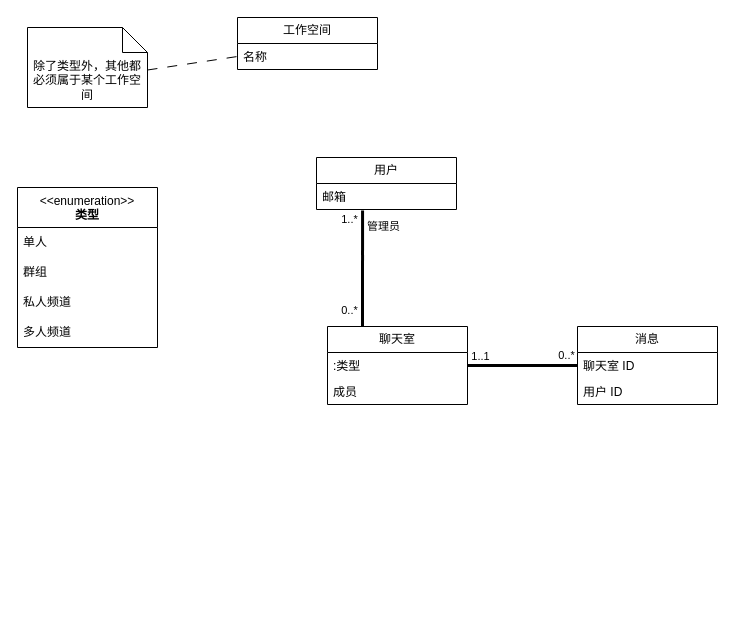
Above: page "聊天室" (1 of 2) of 未命名绘图.drawio in wangxiaochuang/05-chat (draw.io), before the change. Source tidied: cells renumbered, new cells numbered last; positions are measured from the earlier drawing's top-left corner, leaving out a move shared by most shapes. Both pictures are drawn from the tidied source at 100%, with x=0, y=0 at pixel (17, 17).
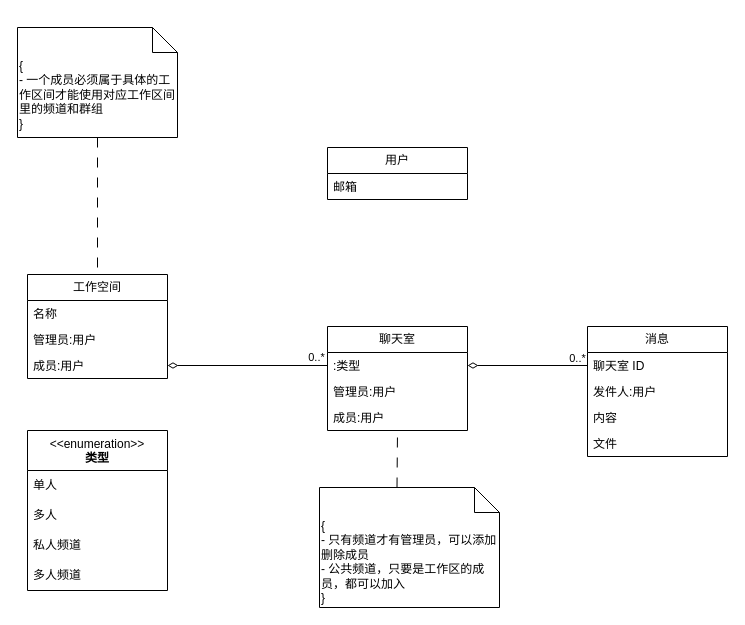
The same diagram, later.

Commit message:
更新未命名绘图.drawio

Unchanged cells that the change refers to:
```xml
<mxCell id="3" value="名称" style="text;strokeColor=none;fillColor=none;align=left;verticalAlign=top;spacingLeft=4;spacingRight=4;overflow=hidden;points=[[0,0.5],[1,0.5]];portConstraint=eastwest;whiteSpace=wrap;html=1;" parent="2" vertex="1">
  <mxGeometry y="26" width="140" height="26" as="geometry" />
</mxCell>
<mxCell id="5" value="邮箱" style="text;strokeColor=none;fillColor=none;align=left;verticalAlign=top;spacingLeft=4;spacingRight=4;overflow=hidden;points=[[0,0.5],[1,0.5]];portConstraint=eastwest;whiteSpace=wrap;html=1;" parent="4" vertex="1">
  <mxGeometry y="26" width="140" height="26" as="geometry" />
</mxCell>
<mxCell id="10" value="聊天室 ID" style="text;strokeColor=none;fillColor=none;align=left;verticalAlign=top;spacingLeft=4;spacingRight=4;overflow=hidden;points=[[0,0.5],[1,0.5]];portConstraint=eastwest;whiteSpace=wrap;html=1;" parent="9" vertex="1">
  <mxGeometry y="26" width="140" height="26" as="geometry" />
</mxCell>
```

What changed in the source:
```diff
@@
-    <mxCell id="2" value="工作空间" style="swimlane;fontStyle=0;horizontal=1;startSize=26;fillColor=none;whiteSpace=wrap;html=1;" parent="1" vertex="1">
-      <mxGeometry x="220" width="140" height="52" as="geometry" />
+    <mxCell id="2" value="工作空间" style="swimlane;fontStyle=0;horizontal=1;startSize=26;fillColor=none;whiteSpace=wrap;html=1;glass=0;" parent="1" vertex="1">
+      <mxGeometry x="10" y="257" width="140" height="104" as="geometry" />
     </mxCell>
@@
+    <mxCell id="26" value="管理员:用户" style="text;strokeColor=none;fillColor=none;align=left;verticalAlign=top;spacingLeft=4;spacingRight=4;overflow=hidden;whiteSpace=wrap;html=1;" parent="2" vertex="1">
+      <mxGeometry y="52" width="140" height="26" as="geometry" />
+    </mxCell>
+    <mxCell id="27" value="成员:用户" style="text;strokeColor=none;fillColor=none;align=left;verticalAlign=top;spacingLeft=4;spacingRight=4;overflow=hidden;points=[[0,0.5],[1,0.5]];portConstraint=eastwest;whiteSpace=wrap;html=1;" parent="2" vertex="1">
+      <mxGeometry y="78" width="140" height="26" as="geometry" />
+    </mxCell>
     <mxCell id="4" value="用户" style="swimlane;fontStyle=0;horizontal=1;startSize=26;fillColor=none;whiteSpace=wrap;html=1;" parent="1" vertex="1">
-      <mxGeometry x="299" y="140" width="140" height="52" as="geometry" />
+      <mxGeometry x="310" y="130" width="140" height="52" as="geometry" />
     </mxCell>
@@
     <mxCell id="6" value="聊天室" style="swimlane;fontStyle=0;horizontal=1;startSize=26;fillColor=none;whiteSpace=wrap;html=1;" parent="1" vertex="1">
-      <mxGeometry x="310" y="309" width="140" height="78" as="geometry" />
+      <mxGeometry x="310" y="309" width="140" height="104" as="geometry" />
     </mxCell>
+    <mxCell id="28" value=":类型" style="text;strokeColor=none;fillColor=none;align=left;verticalAlign=top;spacingLeft=4;spacingRight=4;overflow=hidden;points=[[0,0.5],[1,0.5]];portConstraint=eastwest;whiteSpace=wrap;html=1;" parent="6" vertex="1">
+      <mxGeometry y="26" width="140" height="26" as="geometry" />
+    </mxCell>
+    <mxCell id="29" value="管理员:用户" style="text;strokeColor=none;fillColor=none;align=left;verticalAlign=top;spacingLeft=4;spacingRight=4;overflow=hidden;whiteSpace=wrap;html=1;" parent="6" vertex="1">
+      <mxGeometry y="52" width="140" height="26" as="geometry" />
+    </mxCell>
-    <mxCell id="7" value=":类型" style="text;strokeColor=none;fillColor=none;align=left;verticalAlign=top;spacingLeft=4;spacingRight=4;overflow=hidden;whiteSpace=wrap;html=1;" parent="6" vertex="1">
-      <mxGeometry y="26" width="140" height="26" as="geometry" />
+    <mxCell id="7" value="成员:用户" style="text;strokeColor=none;fillColor=none;align=left;verticalAlign=top;spacingLeft=4;spacingRight=4;overflow=hidden;whiteSpace=wrap;html=1;" parent="6" vertex="1">
+      <mxGeometry y="78" width="140" height="26" as="geometry" />
     </mxCell>
-    <mxCell id="8" value="成员" style="text;strokeColor=none;fillColor=none;align=left;verticalAlign=top;spacingLeft=4;spacingRight=4;overflow=hidden;whiteSpace=wrap;html=1;" parent="6" vertex="1">
-      <mxGeometry y="52" width="140" height="26" as="geometry" />
-    </mxCell>
     <mxCell id="9" value="消息" style="swimlane;fontStyle=0;horizontal=1;startSize=26;fillColor=none;whiteSpace=wrap;html=1;" parent="1" vertex="1">
-      <mxGeometry x="560" y="309" width="140" height="78" as="geometry" />
+      <mxGeometry x="570" y="309" width="140" height="130" as="geometry" />
     </mxCell>
@@
-    <mxCell id="11" value="用户 ID" style="text;strokeColor=none;fillColor=none;align=left;verticalAlign=top;spacingLeft=4;spacingRight=4;overflow=hidden;whiteSpace=wrap;html=1;" parent="9" vertex="1">
+    <mxCell id="11" value="发件人:用户" style="text;strokeColor=none;fillColor=none;align=left;verticalAlign=top;spacingLeft=4;spacingRight=4;overflow=hidden;whiteSpace=wrap;html=1;" parent="9" vertex="1">
       <mxGeometry y="52" width="140" height="26" as="geometry" />
     </mxCell>
+    <mxCell id="30" value="内容" style="text;strokeColor=none;fillColor=none;align=left;verticalAlign=top;spacingLeft=4;spacingRight=4;overflow=hidden;whiteSpace=wrap;html=1;" parent="9" vertex="1">
+      <mxGeometry y="78" width="140" height="26" as="geometry" />
+    </mxCell>
+    <mxCell id="31" value="文件" style="text;strokeColor=none;fillColor=none;align=left;verticalAlign=top;spacingLeft=4;spacingRight=4;overflow=hidden;whiteSpace=wrap;html=1;" parent="9" vertex="1">
+      <mxGeometry y="104" width="140" height="26" as="geometry" />
+    </mxCell>
     <mxCell id="12" value="&amp;lt;&amp;lt;enumeration&amp;gt;&amp;gt;&lt;br&gt;&lt;b&gt;类型&lt;/b&gt;" style="swimlane;fontStyle=0;align=center;verticalAlign=top;horizontal=1;startSize=40;html=1;whiteSpace=wrap;" parent="1" vertex="1">
-      <mxGeometry y="170" width="140" height="160" as="geometry" />
+      <mxGeometry x="10" y="413" width="140" height="160" as="geometry" />
     </mxCell>
@@
-    <mxCell id="14" value="群组" style="text;html=1;strokeColor=none;fillColor=none;align=left;verticalAlign=middle;spacingLeft=4;spacingRight=4;overflow=hidden;whiteSpace=wrap;" parent="12" vertex="1">
+    <mxCell id="14" value="多人" style="text;html=1;strokeColor=none;fillColor=none;align=left;verticalAlign=middle;spacingLeft=4;spacingRight=4;overflow=hidden;whiteSpace=wrap;" parent="12" vertex="1">
       <mxGeometry y="70" width="140" height="30" as="geometry" />
     </mxCell>
@@
-    <mxCell id="17" style="endArrow=none;startArrow=none;endFill=0;startFill=0;endSize=8;html=1;verticalAlign=bottom;labelBackgroundColor=none;strokeWidth=3;rounded=0;exitX=1;exitY=0.5;exitDx=0;exitDy=0;entryX=0;entryY=0.5;entryDx=0;entryDy=0;" parent="1" edge="1" source="6" target="10">
-      <mxGeometry relative="1" as="geometry" />
-    </mxCell>
-    <mxCell id="18" value="1..1" style="edgeLabel;html=1;align=center;verticalAlign=middle;" parent="17" vertex="1">
-      <mxGeometry x="-0.85" y="1" relative="1" as="geometry">
-        <mxPoint x="4" y="-9" as="offset" />
-      </mxGeometry>
-    </mxCell>
-    <mxCell id="19" value="0..*" style="edgeLabel;html=1;align=center;verticalAlign=middle;" parent="17" vertex="1">
-      <mxGeometry x="0.81" y="1" relative="1" as="geometry">
-        <mxPoint x="-2" y="-10" as="offset" />
-      </mxGeometry>
-    </mxCell>
-    <mxCell id="20" value="除了类型外，其他都必须属于某个工作空间" style="shape=note2;boundedLbl=1;whiteSpace=wrap;html=1;size=25;verticalAlign=top;align=center;" parent="1" vertex="1">
-      <mxGeometry x="10" y="10" width="120" height="80" as="geometry" />
+    <mxCell id="20" value="{&lt;div&gt;- 一个成员必须属于具体的工作区间才能使用对应工作区间里的频道和群组&lt;/div&gt;&lt;div&gt;}&lt;/div&gt;" style="shape=note2;boundedLbl=1;whiteSpace=wrap;html=1;size=25;verticalAlign=top;align=left;" parent="1" vertex="1">
+      <mxGeometry y="10" width="160" height="110" as="geometry" />
     </mxCell>
-    <mxCell id="21" style="endArrow=none;startArrow=none;endFill=0;startFill=0;endSize=8;html=1;verticalAlign=bottom;dashed=1;labelBackgroundColor=none;dashPattern=10 10;rounded=0;exitX=0;exitY=0;exitDx=120;exitDy=42.5;exitPerimeter=0;entryX=0;entryY=0.5;entryDx=0;entryDy=0;" parent="1" edge="1" source="20" target="3">
+    <mxCell id="21" style="endArrow=none;startArrow=none;endFill=0;startFill=0;endSize=8;html=1;verticalAlign=bottom;dashed=1;labelBackgroundColor=none;dashPattern=10 10;rounded=0;exitX=0.5;exitY=1;exitDx=0;exitDy=0;exitPerimeter=0;entryX=0.5;entryY=0;entryDx=0;entryDy=0;" parent="1" edge="1" source="20" target="2">
       <mxGeometry relative="1" as="geometry" />
     </mxCell>
-    <mxCell id="22" style="endArrow=none;startArrow=none;endFill=0;startFill=0;endSize=8;html=1;verticalAlign=bottom;labelBackgroundColor=none;strokeWidth=3;rounded=0;exitX=0.25;exitY=0;exitDx=0;exitDy=0;entryX=0.329;entryY=1.04;entryDx=0;entryDy=0;entryPerimeter=0;" parent="1" edge="1" source="6" target="5">
-      <mxGeometry relative="1" as="geometry" />
-    </mxCell>
-    <mxCell id="23" value="0..*" style="edgeLabel;html=1;align=center;verticalAlign=middle;" parent="22" vertex="1">
-      <mxGeometry x="-0.85" y="1" relative="1" as="geometry">
-        <mxPoint x="-13" y="-7" as="offset" />
-      </mxGeometry>
-    </mxCell>
-    <mxCell id="24" value="1..*" style="edgeLabel;html=1;align=center;verticalAlign=middle;" parent="22" vertex="1">
-      <mxGeometry x="0.81" y="1" relative="1" as="geometry">
-        <mxPoint x="-13" y="-2" as="offset" />
-      </mxGeometry>
-    </mxCell>
-    <mxCell id="25" value="管理员" style="edgeLabel;html=1;align=center;verticalAlign=middle;" parent="22" vertex="1">
-      <mxGeometry x="0.73" y="1" relative="1" as="geometry">
-        <mxPoint x="21" as="offset" />
-      </mxGeometry>
-    </mxCell>
+    <mxCell id="32" style="endArrow=none;startArrow=diamondThin;endFill=0;startFill=0;html=1;verticalAlign=bottom;labelBackgroundColor=none;strokeWidth=1;startSize=8;endSize=8;rounded=0;exitX=1;exitY=0.5;exitDx=0;exitDy=0;entryX=0;entryY=0.5;entryDx=0;entryDy=0;" parent="1" edge="1" source="28" target="10">
+      <mxGeometry relative="1" as="geometry" />
+    </mxCell>
+    <mxCell id="33" value="0..*" style="edgeLabel;html=1;align=center;verticalAlign=middle;" parent="32" vertex="1">
+      <mxGeometry x="0.76" y="2" relative="1" as="geometry">
+        <mxPoint x="3" y="-6" as="offset" />
+      </mxGeometry>
+    </mxCell>
+    <mxCell id="34" value="{&lt;div&gt;- 只有频道才有管理员，可以添加删除成员&lt;/div&gt;&lt;div&gt;- 公共频道，只要是工作区的成员，都可以加入&lt;br&gt;&lt;div&gt;}&lt;/div&gt;&lt;/div&gt;" style="shape=note2;boundedLbl=1;whiteSpace=wrap;html=1;size=25;verticalAlign=top;align=left;" parent="1" vertex="1">
+      <mxGeometry x="302" y="470" width="180" height="120" as="geometry" />
+    </mxCell>
+    <mxCell id="35" style="endArrow=none;startArrow=none;endFill=0;startFill=0;endSize=8;html=1;verticalAlign=bottom;dashed=1;labelBackgroundColor=none;dashPattern=10 10;rounded=0;exitX=0;exitY=0;exitDx=77.5;exitDy=0;exitPerimeter=0;entryX=0.5;entryY=1;entryDx=0;entryDy=0;" parent="1" edge="1" source="34" target="6">
+      <mxGeometry relative="1" as="geometry" />
+    </mxCell>
+    <mxCell id="36" style="endArrow=none;startArrow=diamondThin;endFill=0;startFill=0;html=1;verticalAlign=bottom;labelBackgroundColor=none;strokeWidth=1;startSize=8;endSize=8;rounded=0;entryX=0;entryY=0.5;entryDx=0;entryDy=0;exitX=1;exitY=0.5;exitDx=0;exitDy=0;" parent="1" edge="1" source="27" target="28">
+      <mxGeometry relative="1" as="geometry" />
+    </mxCell>
+    <mxCell id="37" value="0..*" style="edgeLabel;html=1;align=center;verticalAlign=middle;" parent="36" vertex="1">
+      <mxGeometry x="0.76" y="2" relative="1" as="geometry">
+        <mxPoint x="7" y="-7" as="offset" />
+      </mxGeometry>
+    </mxCell>
```
